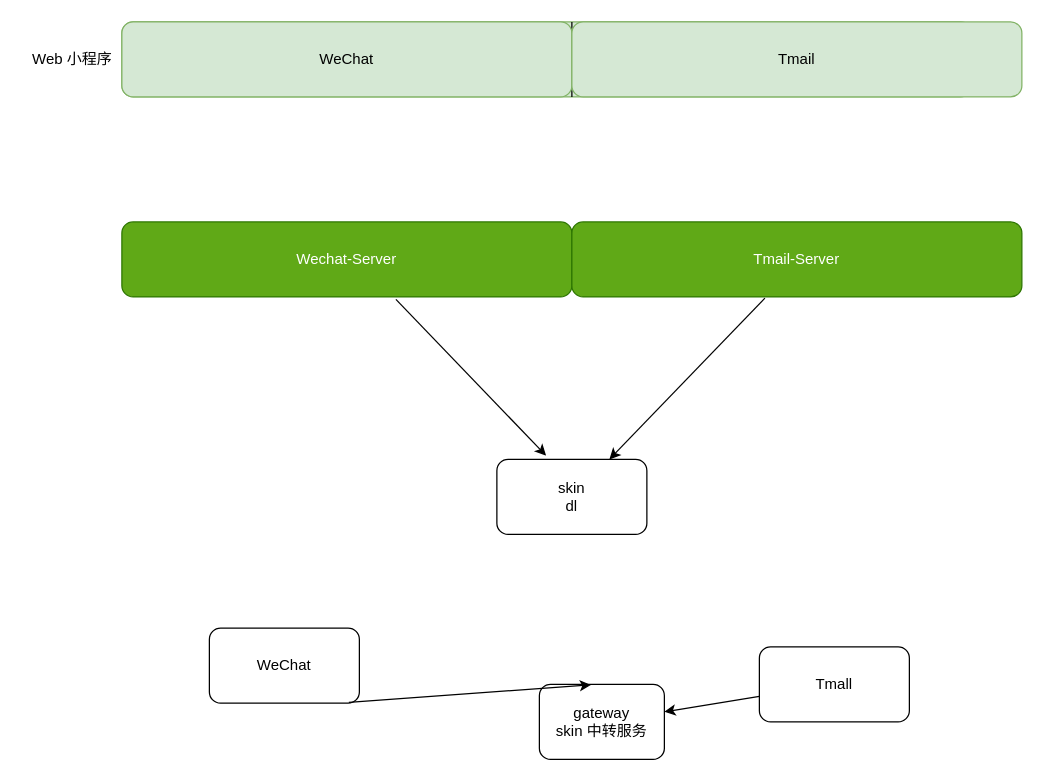
This is skin-1.drawio from china-xs/kratos-study, a draw.io file, before an edit. Source tidied: cells renumbered, new cells numbered last; positions are measured from the earlier drawing's top-left corner, leaving out a move shared by most shapes. Both pictures are drawn from the tidied source at 125%, with x=0, y=0 at pixel (21, 21).
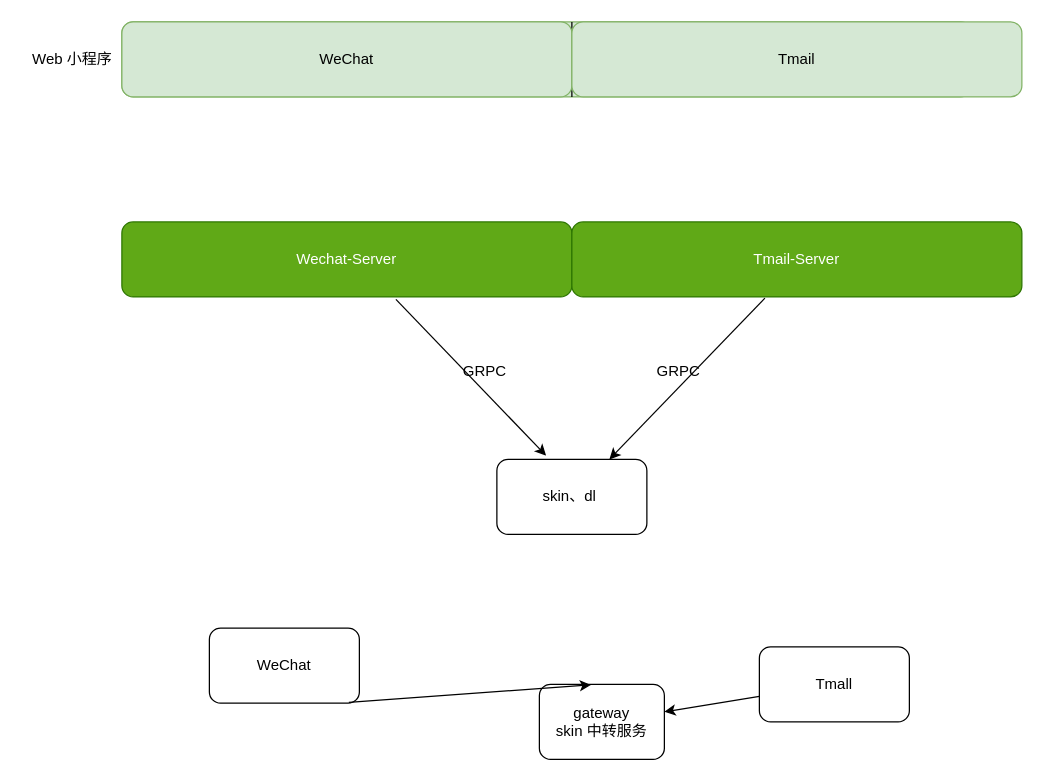
The same diagram, later.

Diff of the diagram source:
```diff
@@
 <mxGraphModel>
   <root>
     <mxCell id="0" />
     <mxCell id="1" parent="0" />
     <mxCell id="2" value="gateway&lt;br&gt;skin 中转服务" style="rounded=1;whiteSpace=wrap;html=1;" parent="1" vertex="1">
       <mxGeometry x="414" y="530" width="100" height="60" as="geometry" />
     </mxCell>
     <mxCell id="3" value="Tmall" style="rounded=1;whiteSpace=wrap;html=1;" parent="1" vertex="1">
       <mxGeometry x="590" y="500" width="120" height="60" as="geometry" />
     </mxCell>
     <mxCell id="4" value="WeChat" style="rounded=1;whiteSpace=wrap;html=1;" parent="1" vertex="1">
       <mxGeometry x="150" y="485" width="120" height="60" as="geometry" />
     </mxCell>
     <mxCell id="5" style="endArrow=classic;html=1;rounded=0;exitX=0.93;exitY=0.99;exitDx=0;exitDy=0;exitPerimeter=0;entryX=0.413;entryY=0.007;entryDx=0;entryDy=0;entryPerimeter=0;" parent="1" edge="1" source="4" target="2">
       <mxGeometry relative="1" as="geometry" />
     </mxCell>
     <mxCell id="6" style="endArrow=classic;html=1;rounded=0;" parent="1" edge="1" source="3" target="2">
       <mxGeometry relative="1" as="geometry" />
     </mxCell>
     <mxCell id="7" style="rounded=1;whiteSpace=wrap;html=1;fillColor=#d5e8d4;strokeColor=#82b366;" parent="1" vertex="1">
       <mxGeometry x="80" width="680" height="60" as="geometry" />
     </mxCell>
     <mxCell id="8" style="endArrow=none;html=1;rounded=0;" parent="1" edge="1">
       <mxGeometry relative="1" as="geometry">
         <mxPoint x="440" y="60" as="sourcePoint" />
         <mxPoint x="440" as="targetPoint" />
       </mxGeometry>
     </mxCell>
     <mxCell id="9" value="WeChat" style="rounded=1;whiteSpace=wrap;html=1;fillColor=#d5e8d4;strokeColor=#82b366;" parent="1" vertex="1">
       <mxGeometry x="80" width="360" height="60" as="geometry" />
     </mxCell>
     <mxCell id="10" value="Tmail" style="rounded=1;whiteSpace=wrap;html=1;fillColor=#d5e8d4;strokeColor=#82b366;" parent="1" vertex="1">
       <mxGeometry x="440" width="360" height="60" as="geometry" />
     </mxCell>
     <mxCell id="11" value="Web 小程序" style="text;html=1;align=center;verticalAlign=middle;strokeColor=none;fillColor=none;" parent="1" vertex="1">
       <mxGeometry y="20" width="80" height="20" as="geometry" />
     </mxCell>
     <mxCell id="12" value="Wechat-Server" style="rounded=1;whiteSpace=wrap;html=1;fillColor=#60a917;fontColor=#ffffff;strokeColor=#2D7600;" parent="1" vertex="1">
       <mxGeometry x="80" y="160" width="360" height="60" as="geometry" />
     </mxCell>
     <mxCell id="13" value="&lt;span style=&quot;&quot;&gt;Tmail-Server&lt;/span&gt;" style="rounded=1;whiteSpace=wrap;html=1;fillColor=#60a917;fontColor=#ffffff;strokeColor=#2D7600;" parent="1" vertex="1">
       <mxGeometry x="440" y="160" width="360" height="60" as="geometry" />
     </mxCell>
-    <mxCell id="14" value="skin&lt;br&gt;dl" style="rounded=1;whiteSpace=wrap;html=1;" parent="1" vertex="1">
+    <mxCell id="14" value="skin、dl&amp;nbsp;" style="rounded=1;whiteSpace=wrap;html=1;" parent="1" vertex="1">
       <mxGeometry x="380" y="350" width="120" height="60" as="geometry" />
     </mxCell>
     <mxCell id="15" style="endArrow=classic;html=1;rounded=0;exitX=0.609;exitY=1.033;exitDx=0;exitDy=0;exitPerimeter=0;entryX=0.328;entryY=-0.05;entryDx=0;entryDy=0;entryPerimeter=0;" parent="1" edge="1" source="12" target="14">
       <mxGeometry relative="1" as="geometry" />
     </mxCell>
     <mxCell id="16" style="endArrow=classic;html=1;rounded=0;exitX=0.429;exitY=1.017;exitDx=0;exitDy=0;exitPerimeter=0;entryX=0.75;entryY=0;entryDx=0;entryDy=0;" parent="1" edge="1" source="13" target="14">
       <mxGeometry relative="1" as="geometry" />
     </mxCell>
+    <mxCell id="17" value="GRPC" style="text;html=1;align=center;verticalAlign=middle;strokeColor=none;fillColor=none;" parent="1" vertex="1">
+      <mxGeometry x="345" y="270" width="50" height="20" as="geometry" />
+    </mxCell>
+    <mxCell id="18" value="GRPC" style="text;html=1;align=center;verticalAlign=middle;strokeColor=none;fillColor=none;" parent="1" vertex="1">
+      <mxGeometry x="500" y="270" width="50" height="20" as="geometry" />
+    </mxCell>
   </root>
 </mxGraphModel>
```
